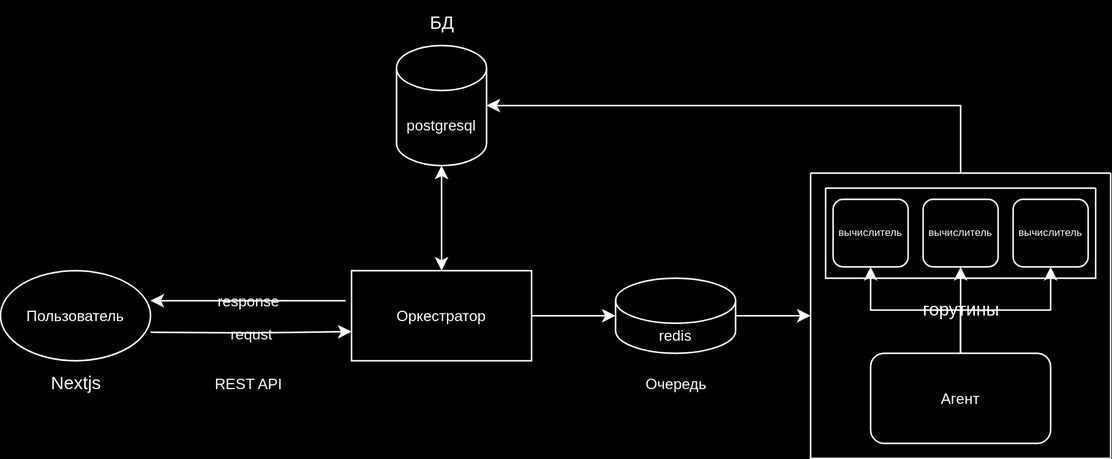
manlop0/expression-solver keeps this draw.io diagram as appStruct.drawio.svg. Above is the earlier version. Source tidied: cells renumbered, new cells last; positions are measured from the earlier drawing's top-left corner, leaving out a move shared by most shapes.
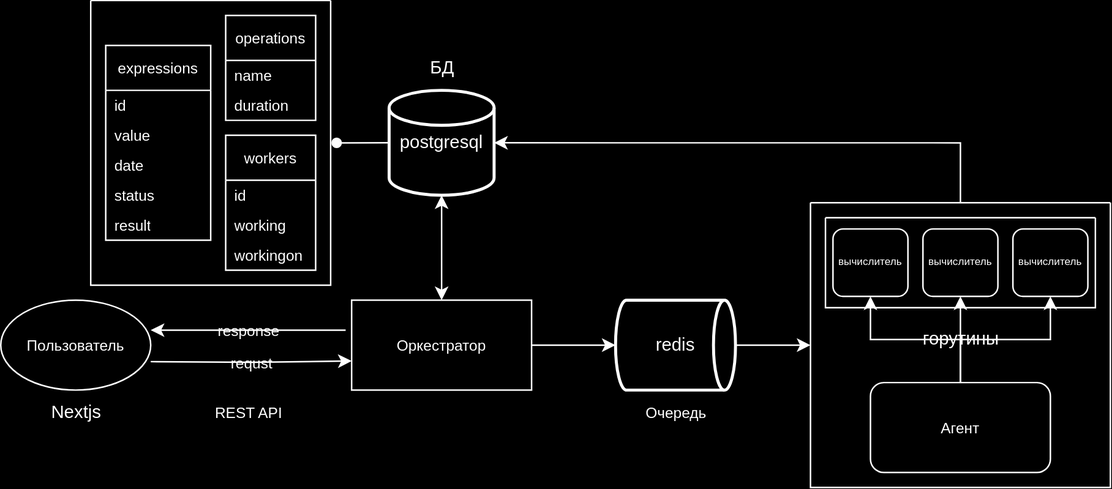
The same diagram one commit later.

The edit, as a diff of the source:
```diff
@@ -5,17 +5,12 @@
     <mxCell id="2" value="Пользователь" style="ellipse;whiteSpace=wrap;html=1;fontSize=10;labelBackgroundColor=none;" parent="1" vertex="1">
       <mxGeometry y="180" width="100" height="60" as="geometry" />
     </mxCell>
+    <mxCell id="4" style="edgeStyle=orthogonalEdgeStyle;rounded=0;jettySize=auto;html=1;startArrow=classic;startFill=1;labelBackgroundColor=none;fontColor=default;entryX=0.5;entryY=1;entryDx=0;entryDy=0;entryPerimeter=0;" parent="1" edge="1" source="5" target="12">
+      <mxGeometry relative="1" as="geometry" />
+    </mxCell>
-    <mxCell id="3" style="edgeStyle=orthogonalEdgeStyle;rounded=0;jettySize=auto;html=1;fontSize=10;labelBackgroundColor=none;fontColor=default;" parent="1" edge="1" source="5" target="14">
-      <mxGeometry relative="1" as="geometry">
-        <Array as="points">
-          <mxPoint x="420" y="210" />
-          <mxPoint x="420" y="210" />
-        </Array>
-      </mxGeometry>
+    <mxCell id="3" style="edgeStyle=orthogonalEdgeStyle;rounded=0;jettySize=auto;html=1;" parent="1" edge="1" source="5" target="14">
+      <mxGeometry relative="1" as="geometry" />
     </mxCell>
-    <mxCell id="4" style="edgeStyle=orthogonalEdgeStyle;rounded=0;jettySize=auto;html=1;startArrow=classic;startFill=1;labelBackgroundColor=none;fontColor=default;" parent="1" edge="1" source="5" target="12">
-      <mxGeometry relative="1" as="geometry" />
-    </mxCell>
     <mxCell id="5" value="Оркестратор" style="rounded=0;whiteSpace=wrap;html=1;fontSize=10;labelBackgroundColor=none;" parent="1" vertex="1">
       <mxGeometry x="234" y="180" width="120" height="60" as="geometry" />
     </mxCell>
@@ -47,15 +42,6 @@
     <mxCell id="11" style="edgeStyle=orthogonalEdgeStyle;rounded=0;jettySize=auto;html=1;exitX=1;exitY=0.5;exitDx=0;exitDy=0;exitPerimeter=0;entryX=0.5;entryY=0;entryDx=0;entryDy=0;startArrow=classic;startFill=1;endArrow=none;endFill=0;labelBackgroundColor=none;fontColor=default;" parent="1" edge="1" source="12" target="16">
       <mxGeometry relative="1" as="geometry" />
     </mxCell>
-    <mxCell id="12" value="postgresql" style="shape=cylinder3;whiteSpace=wrap;html=1;boundedLbl=1;backgroundOutline=1;size=15;fillStyle=auto;fontSize=10;labelBackgroundColor=none;" parent="1" vertex="1">
-      <mxGeometry x="264" y="30" width="60" height="80" as="geometry" />
-    </mxCell>
-    <mxCell id="13" style="edgeStyle=none;rounded=0;jettySize=auto;html=1;entryX=0;entryY=0.5;entryDx=0;entryDy=0;labelBackgroundColor=none;fontColor=default;" parent="1" edge="1" source="14" target="16">
-      <mxGeometry relative="1" as="geometry" />
-    </mxCell>
-    <mxCell id="14" value="redis" style="shape=cylinder3;whiteSpace=wrap;html=1;boundedLbl=1;backgroundOutline=1;size=15;fontSize=10;labelBackgroundColor=none;" parent="1" vertex="1">
-      <mxGeometry x="410" y="185" width="80" height="50" as="geometry" />
-    </mxCell>
     <mxCell id="15" value="Очередь" style="text;html=1;align=center;verticalAlign=middle;strokeColor=none;fillColor=none;fontSize=10;labelBackgroundColor=none;" parent="1" vertex="1">
       <mxGeometry x="420" y="240" width="60" height="30" as="geometry" />
     </mxCell>
@@ -87,10 +73,64 @@
       <mxGeometry relative="1" as="geometry" />
     </mxCell>
     <mxCell id="25" value="БД" style="text;html=1;align=center;verticalAlign=middle;strokeColor=none;fillColor=none;labelBackgroundColor=none;" parent="1" vertex="1">
-      <mxGeometry x="274" width="40" height="30" as="geometry" />
+      <mxGeometry x="274" y="10" width="40" height="30" as="geometry" />
     </mxCell>
     <mxCell id="26" value="Nextjs" style="text;html=1;align=center;verticalAlign=middle;strokeColor=none;fillColor=none;labelBackgroundColor=none;" parent="1" vertex="1">
       <mxGeometry x="20" y="240" width="60" height="30" as="geometry" />
     </mxCell>
+    <mxCell id="12" value="postgresql" style="strokeWidth=2;html=1;shape=mxgraph.flowchart.database;whiteSpace=wrap;" parent="1" vertex="1">
+      <mxGeometry x="259" y="40" width="70" height="70" as="geometry" />
+    </mxCell>
+    <mxCell id="14" value="redis" style="strokeWidth=2;html=1;shape=mxgraph.flowchart.direct_data;whiteSpace=wrap;" parent="1" vertex="1">
+      <mxGeometry x="410" y="180" width="80" height="60" as="geometry" />
+    </mxCell>
+    <mxCell id="27" style="edgeStyle=orthogonalEdgeStyle;rounded=0;jettySize=auto;html=1;exitX=0;exitY=0.5;exitDx=0;exitDy=0;entryX=1;entryY=0.5;entryDx=0;entryDy=0;entryPerimeter=0;startArrow=classic;startFill=1;endArrow=none;endFill=0;" parent="1" edge="1" source="16" target="14">
+      <mxGeometry relative="1" as="geometry" />
+    </mxCell>
+    <mxCell id="28" style="swimlane;startSize=0;" parent="1" vertex="1">
+      <mxGeometry x="60" y="-20" width="160" height="190" as="geometry" />
+    </mxCell>
+    <mxCell id="29" value="expressions" style="swimlane;fontStyle=0;horizontal=1;startSize=30;whiteSpace=wrap;html=1;fontSize=10;" parent="28" vertex="1">
+      <mxGeometry x="10" y="30" width="70" height="130" as="geometry" />
+    </mxCell>
+    <mxCell id="30" value="id" style="text;strokeColor=none;fillColor=none;align=left;verticalAlign=middle;spacingLeft=4;spacingRight=4;overflow=hidden;whiteSpace=wrap;html=1;fontSize=10;" parent="29" vertex="1">
+      <mxGeometry y="30" width="70" height="20" as="geometry" />
+    </mxCell>
+    <mxCell id="31" value="value" style="text;strokeColor=none;fillColor=none;align=left;verticalAlign=middle;spacingLeft=4;spacingRight=4;overflow=hidden;whiteSpace=wrap;html=1;fontSize=10;" parent="29" vertex="1">
+      <mxGeometry y="50" width="70" height="20" as="geometry" />
+    </mxCell>
+    <mxCell id="32" value="date" style="text;strokeColor=none;fillColor=none;align=left;verticalAlign=middle;spacingLeft=4;spacingRight=4;overflow=hidden;whiteSpace=wrap;html=1;fontSize=10;" parent="29" vertex="1">
+      <mxGeometry y="70" width="70" height="20" as="geometry" />
+    </mxCell>
+    <mxCell id="33" value="status" style="text;strokeColor=none;fillColor=none;align=left;verticalAlign=middle;spacingLeft=4;spacingRight=4;overflow=hidden;whiteSpace=wrap;html=1;fontSize=10;" parent="29" vertex="1">
+      <mxGeometry y="90" width="70" height="20" as="geometry" />
+    </mxCell>
+    <mxCell id="34" value="result" style="text;strokeColor=none;fillColor=none;align=left;verticalAlign=middle;spacingLeft=4;spacingRight=4;overflow=hidden;whiteSpace=wrap;html=1;fontSize=10;" parent="29" vertex="1">
+      <mxGeometry y="110" width="70" height="20" as="geometry" />
+    </mxCell>
+    <mxCell id="35" value="operations" style="swimlane;fontStyle=0;horizontal=1;startSize=30;whiteSpace=wrap;html=1;fontSize=10;" parent="28" vertex="1">
+      <mxGeometry x="90" y="10" width="60" height="70" as="geometry" />
+    </mxCell>
+    <mxCell id="36" value="name" style="text;strokeColor=none;fillColor=none;align=left;verticalAlign=middle;spacingLeft=4;spacingRight=4;overflow=hidden;whiteSpace=wrap;html=1;fontSize=10;" parent="35" vertex="1">
+      <mxGeometry y="30" width="60" height="20" as="geometry" />
+    </mxCell>
+    <mxCell id="37" value="duration" style="text;strokeColor=none;fillColor=none;align=left;verticalAlign=middle;spacingLeft=4;spacingRight=4;overflow=hidden;whiteSpace=wrap;html=1;fontSize=10;" parent="35" vertex="1">
+      <mxGeometry y="50" width="60" height="20" as="geometry" />
+    </mxCell>
+    <mxCell id="38" value="workers" style="swimlane;fontStyle=0;horizontal=1;startSize=30;whiteSpace=wrap;html=1;fontSize=10;" parent="28" vertex="1">
+      <mxGeometry x="90" y="90" width="60" height="90" as="geometry" />
+    </mxCell>
+    <mxCell id="39" value="id" style="text;strokeColor=none;fillColor=none;align=left;verticalAlign=middle;spacingLeft=4;spacingRight=4;overflow=hidden;whiteSpace=wrap;html=1;fontSize=10;" parent="38" vertex="1">
+      <mxGeometry y="30" width="60" height="20" as="geometry" />
+    </mxCell>
+    <mxCell id="40" value="working" style="text;strokeColor=none;fillColor=none;align=left;verticalAlign=middle;spacingLeft=4;spacingRight=4;overflow=hidden;whiteSpace=wrap;html=1;fontSize=10;" parent="38" vertex="1">
+      <mxGeometry y="50" width="60" height="20" as="geometry" />
+    </mxCell>
+    <mxCell id="41" value="workingon" style="text;strokeColor=none;fillColor=none;align=left;verticalAlign=middle;spacingLeft=4;spacingRight=4;overflow=hidden;whiteSpace=wrap;html=1;fontSize=10;" parent="38" vertex="1">
+      <mxGeometry y="70" width="60" height="20" as="geometry" />
+    </mxCell>
+    <mxCell id="42" style="edgeStyle=orthogonalEdgeStyle;rounded=0;jettySize=auto;html=1;exitX=0;exitY=0.5;exitDx=0;exitDy=0;exitPerimeter=0;entryX=1.025;entryY=0.504;entryDx=0;entryDy=0;entryPerimeter=0;endArrow=oval;endFill=1;" parent="1" edge="1" source="12" target="28">
+      <mxGeometry relative="1" as="geometry" />
+    </mxCell>
   </root>
 </mxGraphModel>
```
